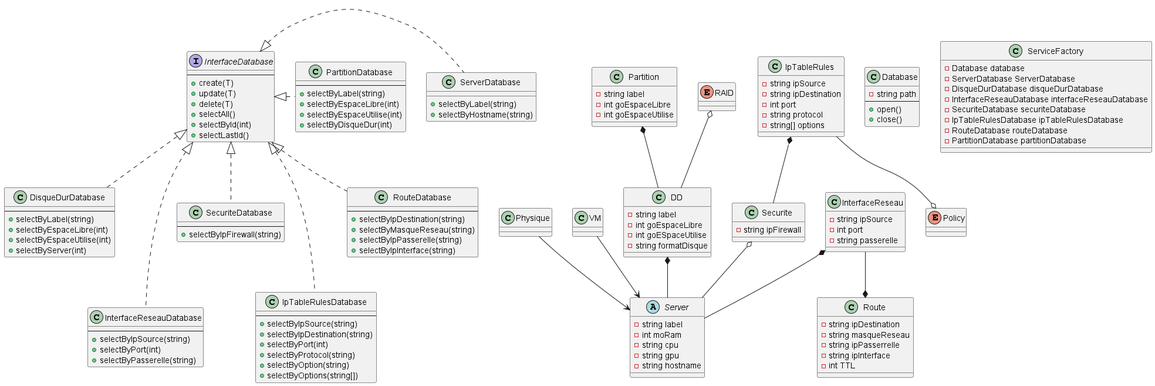
This is Documentation/diagramme-classe.png from McBaxck/cmdb, a PlantUML export, as it was before one commit.
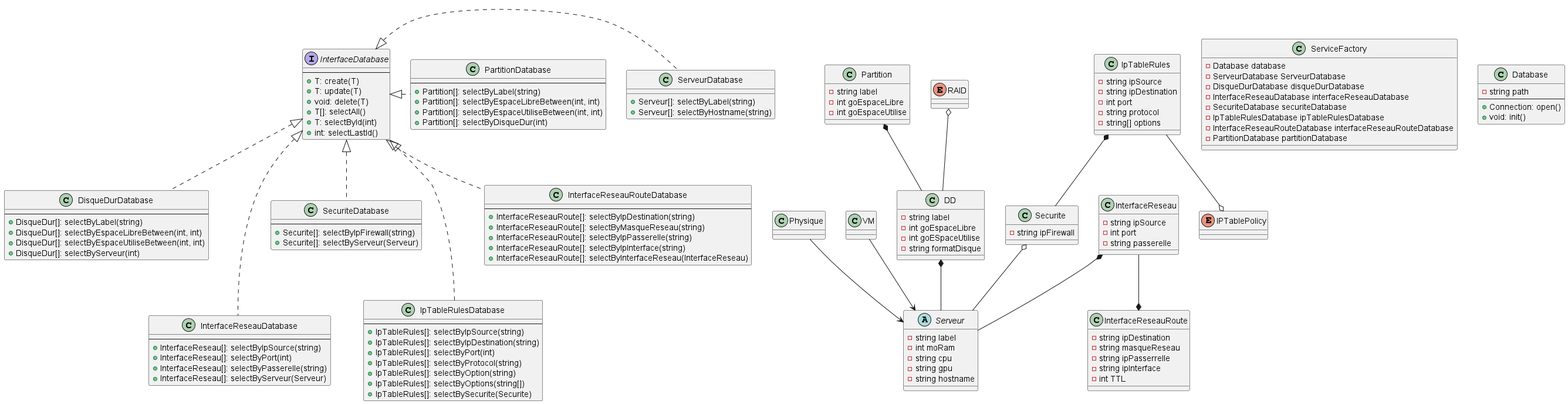
Above is the later version.

Commit message:
Corrections/Ajouts: - SQLite (mots-clés utilisés dans BdD) - Database Connection & Init - Méthodes XDatabase

The edit, as a diff of the source:
```diff
@@ -1,6 +1,6 @@
 @startuml Classe FSI
 
-abstract Server {
+abstract Serveur {
     - string label
     - int moRam
     - string cpu
@@ -8,12 +8,19 @@
     - string hostname
 }
 
-class Physique {
+class Physique {}
 
-}
+class VM {}
 
-class VM {
-
+class ServiceFactory {
+    - Database database
+    - ServeurDatabase ServeurDatabase
+    - DisqueDurDatabase disqueDurDatabase
+    - InterfaceReseauDatabase interfaceReseauDatabase
+    - SecuriteDatabase securiteDatabase
+    - IpTableRulesDatabase ipTableRulesDatabase
+    - InterfaceReseauRouteDatabase interfaceReseauRouteDatabase
+    - PartitionDatabase partitionDatabase
 }
 
 class DD {
@@ -43,7 +50,7 @@
     - string[] options
 }
 
-class Route {
+class InterfaceReseauRoute {
     - string ipDestination
     - string masqueReseau
     - string ipPasserrelle
@@ -58,104 +65,97 @@
 class Database {
     - string path
     --
-    + open()
-    + close()
+    + Connection: open()
+    + void: init()
 }
 
 interface InterfaceDatabase {
     --
-    + create(T)
-    + update(T)
-    + delete(T)
-    + selectAll()
-    + selectById(int)
-    + selectLastId()
+    + T: create(T)
+    + T: update(T)
+    + void: delete(T)
+    + T[]: selectAll()
+    + T: selectById(int)
+    + int: selectLastId()
 }
 
-class ServerDatabase {
-    + selectByLabel(string)
-    + selectByHostname(string)
+class ServeurDatabase {
+    + Serveur[]: selectByLabel(string)
+    + Serveur[]: selectByHostname(string)
 }
 
 class DisqueDurDatabase {
     --
-    + selectByLabel(string)
-    + selectByEspaceLibre(int)
-    + selectByEspaceUtilise(int)
-    + selectByServer(int)
+    + DisqueDur[]: selectByLabel(string)
+    + DisqueDur[]: selectByEspaceLibreBetween(int, int)
+    + DisqueDur[]: selectByEspaceUtiliseBetween(int, int)
+    + DisqueDur[]: selectByServeur(int)
 }
 
 class PartitionDatabase {
     --
-    + selectByLabel(string)
-    + selectByEspaceLibre(int)
-    + selectByEspaceUtilise(int)
-    + selectByDisqueDur(int)
+    + Partition[]: selectByLabel(string)
+    + Partition[]: selectByEspaceLibreBetween(int, int)
+    + Partition[]: selectByEspaceUtiliseBetween(int, int)
+    + Partition[]: selectByDisqueDur(int)
 }
 
 class InterfaceReseauDatabase {
     --
-    + selectByIpSource(string)
-    + selectByPort(int)
-    + selectByPasserelle(string)
+    + InterfaceReseau[]: selectByIpSource(string)
+    + InterfaceReseau[]: selectByPort(int)
+    + InterfaceReseau[]: selectByPasserelle(string)
+    + InterfaceReseau[]: selectByServeur(Serveur)
 }
 
 class SecuriteDatabase {
     --
-    + selectByIpFirewall(string)
+    + Securite[]: selectByIpFirewall(string)
+    + Securite[]: selectByServeur(Serveur)
 }
 
 class IpTableRulesDatabase {
     --
-    + selectByIpSource(string)
-    + selectByIpDestination(string)
-    + selectByPort(int)
-    + selectByProtocol(string)
-    + selectByOption(string)
-    + selectByOptions(string[])
+    + IpTableRules[]: selectByIpSource(string)
+    + IpTableRules[]: selectByIpDestination(string)
+    + IpTableRules[]: selectByPort(int)
+    + IpTableRules[]: selectByProtocol(string)
+    + IpTableRules[]: selectByOption(string)
+    + IpTableRules[]: selectByOptions(string[])
+    + IpTableRules[]: selectBySecurite(Securite)
 }
 
-class RouteDatabase {
+class InterfaceReseauRouteDatabase {
     --
-    + selectByIpDestination(string)
-    + selectByMasqueReseau(string)
-    + selectByIpPasserelle(string)
-    + selectByIpInterface(string)
-}
-
-class ServiceFactory {
-    - Database database
-    - ServerDatabase ServerDatabase
-    - DisqueDurDatabase disqueDurDatabase
-    - InterfaceReseauDatabase interfaceReseauDatabase
-    - SecuriteDatabase securiteDatabase
-    - IpTableRulesDatabase ipTableRulesDatabase
-    - RouteDatabase routeDatabase
-    - PartitionDatabase partitionDatabase
+    + InterfaceReseauRoute[]: selectByIpDestination(string)
+    + InterfaceReseauRoute[]: selectByMasqueReseau(string)
+    + InterfaceReseauRoute[]: selectByIpPasserelle(string)
+    + InterfaceReseauRoute[]: selectByIpInterface(string)
+    + InterfaceReseauRoute[]: selectByInterfaceReseau(InterfaceReseau)
 }
 
 enum RAID {
 }
 
-enum Policy {
+enum IPTablePolicy {
 }
 
-Physique --> Server
-VM --> Server
-InterfaceReseau *-- Server
+Physique --> Serveur
+VM --> Serveur
+InterfaceReseau *-- Serveur
 Partition *-- DD
-DD *-- Server
+DD *-- Serveur
 RAID o-- DD
 IpTableRules *-- Securite
-Securite o-- Server
-InterfaceReseau --* Route
-IpTableRules --o Policy
+Securite o-- Serveur
+InterfaceReseau --* InterfaceReseauRoute
+IpTableRules --o IPTablePolicy
 
-InterfaceDatabase <|. ServerDatabase
+InterfaceDatabase <|. ServeurDatabase
 InterfaceDatabase <|. PartitionDatabase
 InterfaceDatabase <|.. DisqueDurDatabase
 InterfaceDatabase <|.. SecuriteDatabase
-InterfaceDatabase <|.. RouteDatabase
+InterfaceDatabase <|.. InterfaceReseauRouteDatabase
 InterfaceDatabase <|... IpTableRulesDatabase
 InterfaceDatabase <|... InterfaceReseauDatabase
 
```
